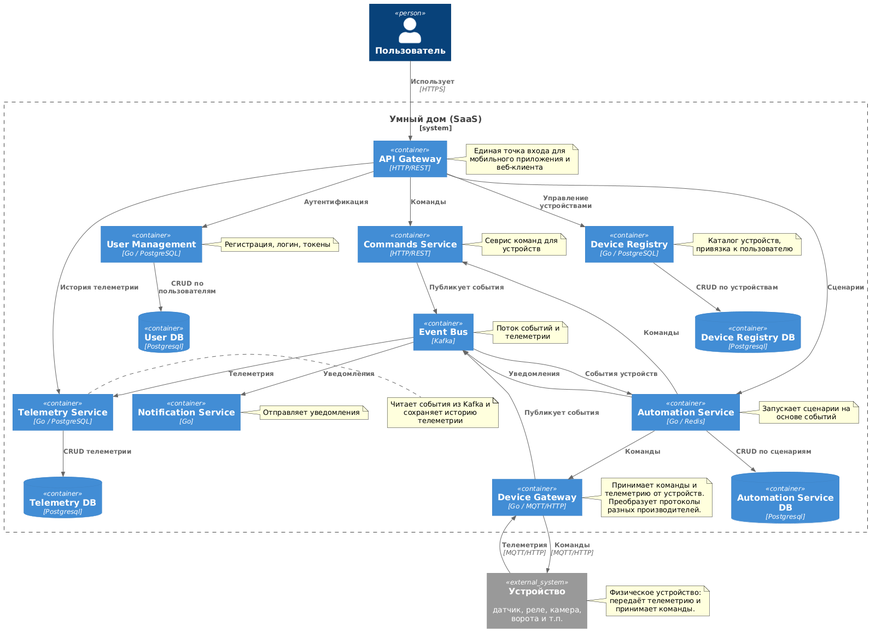
Above: images/c4new.png in Gotoh666/architecture-warmhouse (PlantUML), before the change.
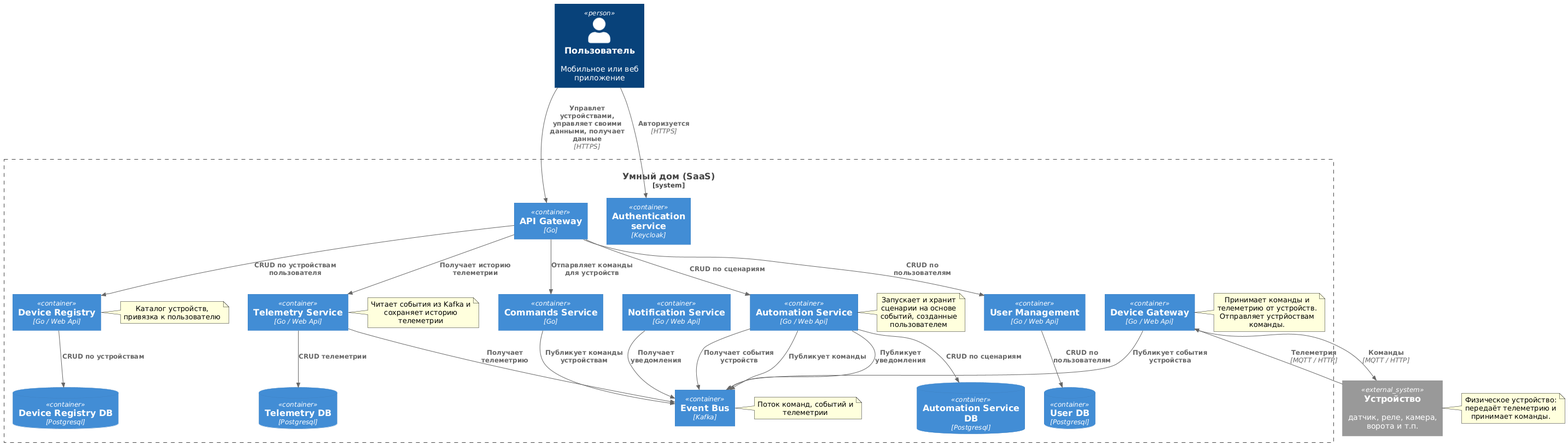
The same diagram one commit later.

Commit message:
изменил диаграмму контейнеров

Change to the diagram source:
```diff
@@ -1,7 +1,7 @@
 @startuml
 !include https://raw.githubusercontent.com/plantuml-stdlib/C4-PlantUML/master/C4_Container.puml
 
-Person(user, "Пользователь")
+Person(user, "Пользователь", "Мобильное или веб приложение")
 
 System_Ext(device, "Устройство", "датчик, реле, камера, ворота и т.п.")
 note right of device
@@ -10,51 +10,37 @@
 
 System_Boundary(system, "Умный дом (SaaS)"){
 
-Container(api_gateway, "API Gateway", "HTTP/REST")
-note right of api_gateway
- Единая точка входа для мобильного приложения и веб-клиента
-end note
-
-Container(commad_service, "Commands Service", "HTTP/REST")
-note right of commad_service
- Севрис команд для устройств
-end note
-
-Container(user_mgmt, "User Management", "Go / PostgreSQL")
-note right of user_mgmt
- Регистрация, логин, токены
-end note
-
-Container(device_registry, "Device Registry", "Go / PostgreSQL")
+Container(api_gateway, "API Gateway", "Go")
+Container(auth, "Authentication service", "Keycloak")
+Container(commad_service, "Commands Service", "Go")
+Container(user_mgmt, "User Management", "Go / Web Api")
+Container(device_registry, "Device Registry", "Go / Web Api")
 note right of device_registry
  Каталог устройств, привязка к пользователю
 end note
 
-Container(device_gateway, "Device Gateway", "Go / MQTT/HTTP")
+Container(device_gateway, "Device Gateway", "Go / Web Api")
 note right of device_gateway
  Принимает команды и телеметрию от устройств.
- Преобразует протоколы разных производителей.
+ Отправляет устрйоствам команды.
 end note
 
 Container(kafka, "Event Bus", "Kafka")
 note right of kafka
- Поток событий и телеметрии
+ Поток команд, событий и телеметрии
 end note
 
-Container(telemetry_service, "Telemetry Service", "Go / PostgreSQL")
+Container(telemetry_service, "Telemetry Service", "Go / Web Api")
 note right of telemetry_service
  Читает события из Kafka и сохраняет историю телеметрии
 end note
 
-Container(automation_service, "Automation Service", "Go / Redis")
+Container(automation_service, "Automation Service", "Go / Web Api")
 note right of automation_service
- Запускает сценарии на основе событий
+ Запускает и хранит сценарии на основе событий, созданные пользователем
 end note
 
-Container(notification_service, "Notification Service", "Go")
-note right of notification_service
- Отправляет уведомления
-end note
+Container(notification_service, "Notification Service", "Go / Web Api")
 
 ContainerDb(user_db, "User DB", "Postgresql")
 ContainerDb(telemetry_db, "Telemetry DB", "Postgresql")
@@ -62,27 +48,28 @@
 ContainerDb(automation_service_db, "Automation Service DB", "Postgresql")
 
 }
-Rel(user, api_gateway, "Использует", "HTTPS")
+Rel(user, api_gateway, "Управлет устройствами, управляет своими данными, получает данные", "HTTPS")
+Rel(user, auth, "Авторизуется", "HTTPS")
 
-Rel(api_gateway, user_mgmt, "Аутентификация")
-Rel(api_gateway, device_registry, "Управление устройствами")
-Rel(api_gateway, telemetry_service, "История телеметрии")
-Rel(api_gateway, automation_service, "Сценарии")
-Rel(api_gateway, commad_service, "Команды")
+Rel(device, device_gateway, "Телеметрия", "MQTT / HTTP")
 
-Rel(device, device_gateway, "Телеметрия", "MQTT/HTTP")
-Rel(device_gateway, device, "Команды", "MQTT/HTTP")
+Rel(device_gateway, device, "Команды", "MQTT / HTTP")
+Rel(device_gateway, kafka, "Публикует события устройства")
 
-Rel(device_gateway, kafka, "Публикует события")
-Rel(commad_service, kafka, "Публикует события")
+Rel(api_gateway, user_mgmt, "CRUD по пользователям")
+Rel(api_gateway, device_registry, "CRUD по устройствам пользователя")
+Rel(api_gateway, telemetry_service, "Получает историю телеметрии")
+Rel(api_gateway, automation_service, "CRUD по сценариям")
+Rel(api_gateway, commad_service, "Отпарвляет команды для устройств")
 
-Rel(kafka, telemetry_service, "Телеметрия")
-Rel(kafka, automation_service, "События устройств")
-Rel(kafka, notification_service, "Уведомления")
+Rel(commad_service, kafka, "Публикует команды устройствам")
 
-Rel(automation_service, device_gateway, "Команды")
-Rel(automation_service, kafka, "Уведомления")
-Rel(automation_service, commad_service, "Команды")
+Rel(telemetry_service, kafka, "Получает телеметрию")
+Rel(automation_service, kafka, "Получает события устройств")
+Rel(notification_service, kafka, "Получает уведомления")
+
+Rel(automation_service, kafka, "Публикует команды")
+Rel(automation_service, kafka, "Публикует уведомления")
 
 Rel(user_mgmt, user_db, "CRUD по пользователям")
 Rel(device_registry, device_registry_db, "CRUD по устройствам")
```
